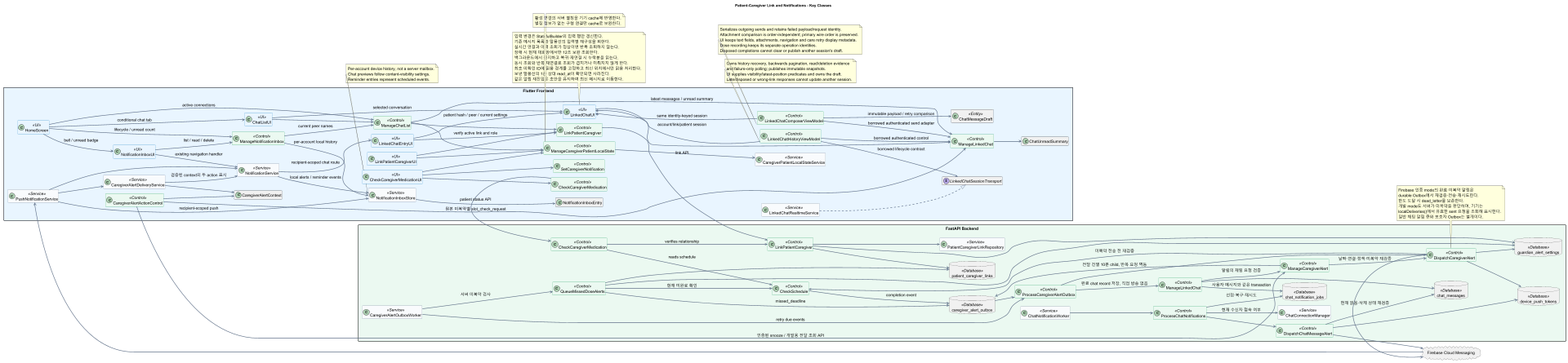
This is docs/UML/class/04_CaregiverNotifications.png from 1window2/MedBuddy, a PlantUML export, as it was before one commit.
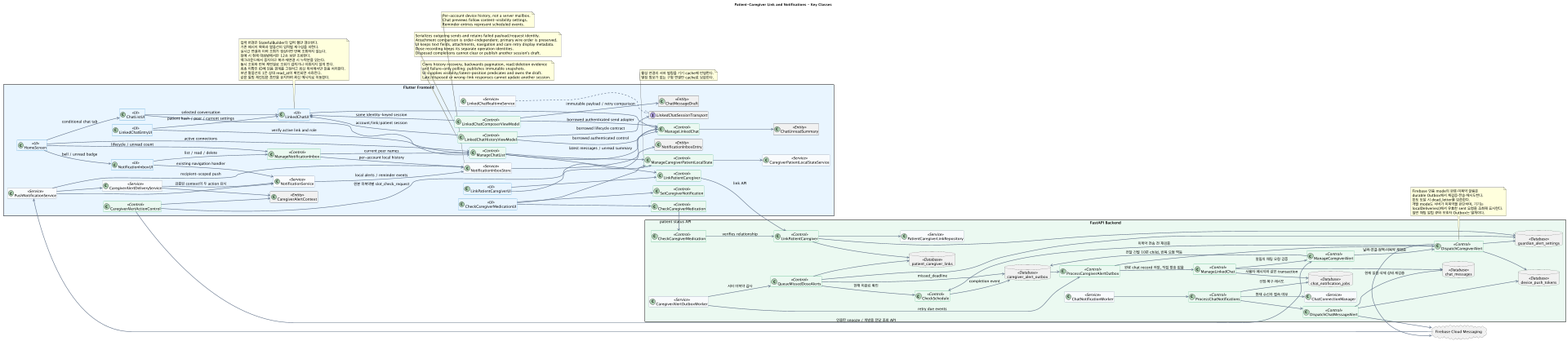
The same diagram one commit later.

The edit, as a diff of the source:
```diff
@@ -38,7 +38,7 @@
   interface LinkedChatSessionTransport
   class LinkedChatRealtimeService <<Service>>
   class LinkedChatEntryUI <<UI>>
-  class ChatUnreadSummary
+  class ChatUnreadSummary <<Entity>>
   class ManageChatList <<Control>>
   class ManageLinkedChat <<Control>>
   class LinkPatientCaregiverUI <<UI>>
@@ -53,10 +53,10 @@
   class NotificationInboxUI <<UI>>
   class ManageNotificationInbox <<Control>>
   class NotificationInboxStore <<Service>>
-  class NotificationInboxEntry
+  class NotificationInboxEntry <<Entity>>
   class CaregiverAlertActionControl <<Control>>
   class CaregiverAlertDeliveryService <<Service>>
-  class CaregiverAlertContext
+  class CaregiverAlertContext <<Entity>>
 }
 
 package "FastAPI Backend" #EAF8F0 {
@@ -101,8 +101,7 @@
 ManageChatList --> FLinkPatientCaregiver
 ManageChatList --> ManageCaregiverPatientLocalState
 ManageChatList --> ManageLinkedChat : latest messages / unread summary
-NotificationService --> LinkedChatEntryUI : recipient-scoped chat route
-LinkedChatEntryUI --> FLinkPatientCaregiver : verify active link and role
+LinkedChatEntryUI --> ManageChatList : verify active link and role
 LinkedChatEntryUI --> LinkedChatUI : patient hash / peer / current settings
 ManageLinkedChat --> ChatUnreadSummary
 LinkedChatUI --> ManageLinkedChat
@@ -154,7 +153,6 @@
 BLinkPatientCaregiver --> DBCaregiverNotification
 
 BCheckCaregiverMedication --> BLinkPatientCaregiver : verifies relationship
-BCheckCaregiverMedication --> BCheckSchedule : reads schedule
 BCheckSchedule --> DBCaregiverAlertOutbox : completion event
 DBCaregiverAlertOutbox --> ProcessCaregiverAlertOutbox
 CaregiverAlertOutboxWorker --> ProcessCaregiverAlertOutbox : retry due events
```
